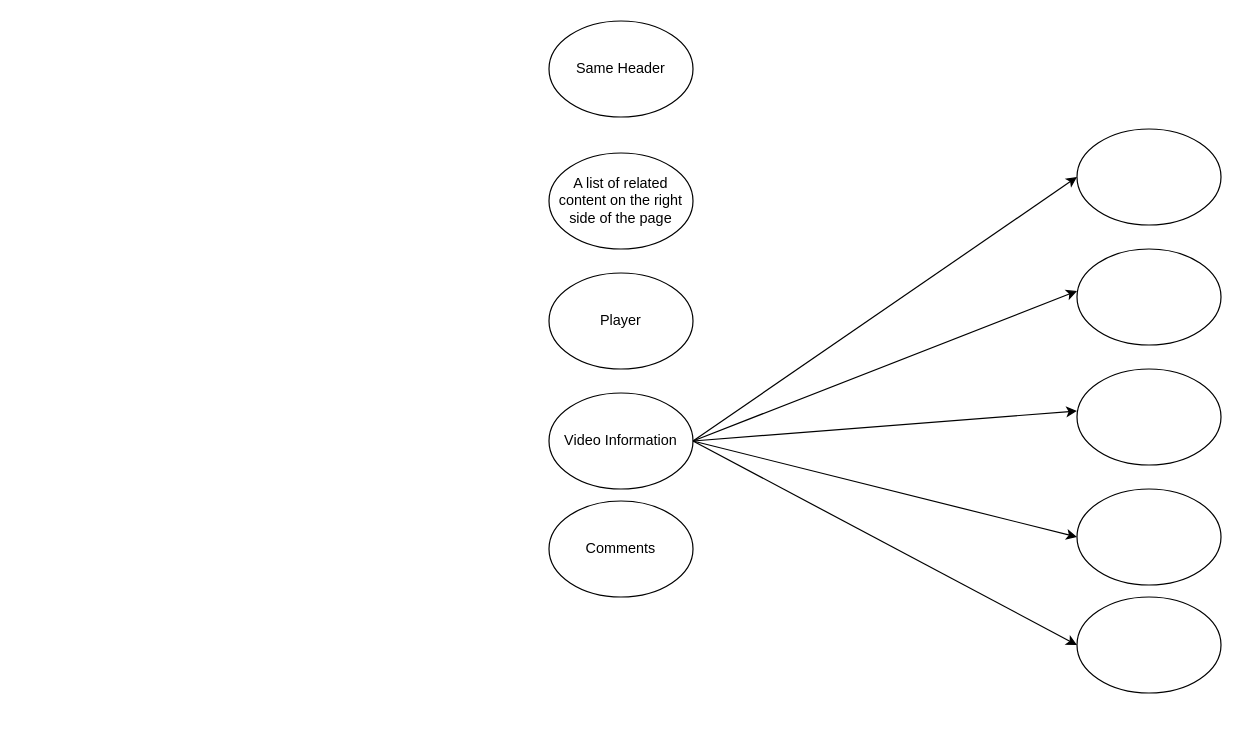
CarlosOmarVela/Equipo3BootcampSel keeps this draw.io diagram as Documentacion/Untitled Diagram.drawio. Above is the earlier version. Source tidied: cells renumbered, new cells numbered last; positions are measured from the earlier drawing's top-left corner, leaving out a move shared by most shapes. Both pictures are drawn from the tidied source at 120%, with x=0, y=0 at pixel (548, 20).
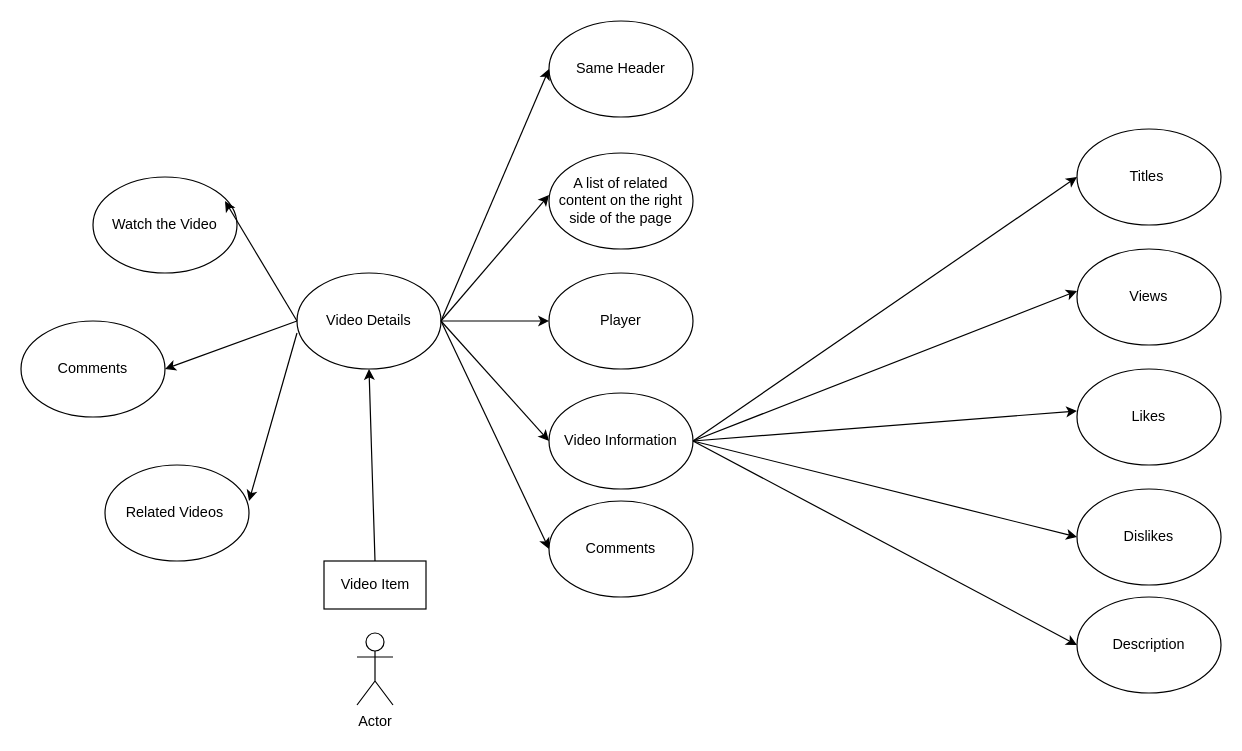
After the change.

Commit message:
Video Details Page

Diff of the diagram source:
```diff
@@
-    <mxCell id="7" style="ellipse;whiteSpace=wrap;html=1;" parent="1" vertex="1">
+    <mxCell id="7" value="Titles&amp;nbsp;" style="ellipse;whiteSpace=wrap;html=1;" parent="1" vertex="1">
       <mxGeometry x="440" y="90" width="120" height="80" as="geometry" />
     </mxCell>
-    <mxCell id="8" style="ellipse;whiteSpace=wrap;html=1;" parent="1" vertex="1">
+    <mxCell id="8" value="Views" style="ellipse;whiteSpace=wrap;html=1;" parent="1" vertex="1">
       <mxGeometry x="440" y="190" width="120" height="80" as="geometry" />
     </mxCell>
-    <mxCell id="9" style="ellipse;whiteSpace=wrap;html=1;" parent="1" vertex="1">
+    <mxCell id="9" value="Description" style="ellipse;whiteSpace=wrap;html=1;" parent="1" vertex="1">
       <mxGeometry x="440" y="480" width="120" height="80" as="geometry" />
     </mxCell>
-    <mxCell id="10" style="ellipse;whiteSpace=wrap;html=1;" parent="1" vertex="1">
+    <mxCell id="10" value="Dislikes" style="ellipse;whiteSpace=wrap;html=1;" parent="1" vertex="1">
       <mxGeometry x="440" y="390" width="120" height="80" as="geometry" />
     </mxCell>
-    <mxCell id="11" style="ellipse;whiteSpace=wrap;html=1;" parent="1" vertex="1">
+    <mxCell id="11" value="Likes" style="ellipse;whiteSpace=wrap;html=1;" parent="1" vertex="1">
       <mxGeometry x="440" y="290" width="120" height="80" as="geometry" />
     </mxCell>
@@
+    <mxCell id="17" value="Video Details" style="ellipse;whiteSpace=wrap;html=1;" parent="1" vertex="1">
+      <mxGeometry x="-210" y="210" width="120" height="80" as="geometry" />
+    </mxCell>
+    <mxCell id="18" value="Watch the Video" style="ellipse;whiteSpace=wrap;html=1;" parent="1" vertex="1">
+      <mxGeometry x="-380" y="130" width="120" height="80" as="geometry" />
+    </mxCell>
+    <mxCell id="19" value="Comments" style="ellipse;whiteSpace=wrap;html=1;" parent="1" vertex="1">
+      <mxGeometry x="-440" y="250" width="120" height="80" as="geometry" />
+    </mxCell>
+    <mxCell id="20" value="Related Videos&amp;nbsp;" style="ellipse;whiteSpace=wrap;html=1;" parent="1" vertex="1">
+      <mxGeometry x="-370" y="370" width="120" height="80" as="geometry" />
+    </mxCell>
+    <mxCell id="21" style="endArrow=classic;html=1;exitX=1;exitY=0.5;exitDx=0;exitDy=0;" parent="1" edge="1" source="17">
+      <mxGeometry relative="1" as="geometry">
+        <mxPoint y="40" as="targetPoint" />
+      </mxGeometry>
+    </mxCell>
+    <mxCell id="22" style="endArrow=classic;html=1;" parent="1" edge="1">
+      <mxGeometry relative="1" as="geometry">
+        <mxPoint x="-90" y="250" as="sourcePoint" />
+        <mxPoint y="440" as="targetPoint" />
+      </mxGeometry>
+    </mxCell>
+    <mxCell id="23" style="endArrow=classic;html=1;exitX=1;exitY=0.5;exitDx=0;exitDy=0;" parent="1" edge="1" source="17">
+      <mxGeometry relative="1" as="geometry">
+        <mxPoint y="350" as="targetPoint" />
+      </mxGeometry>
+    </mxCell>
+    <mxCell id="24" style="endArrow=classic;html=1;exitX=1;exitY=0.5;exitDx=0;exitDy=0;" parent="1" edge="1" source="17">
+      <mxGeometry relative="1" as="geometry">
+        <mxPoint y="250" as="targetPoint" />
+      </mxGeometry>
+    </mxCell>
+    <mxCell id="25" style="endArrow=classic;html=1;" parent="1" edge="1">
+      <mxGeometry relative="1" as="geometry">
+        <mxPoint x="-90" y="250" as="sourcePoint" />
+        <mxPoint y="145" as="targetPoint" />
+      </mxGeometry>
+    </mxCell>
+    <mxCell id="26" style="endArrow=classic;html=1;exitX=0;exitY=0.5;exitDx=0;exitDy=0;" parent="1" edge="1" source="17">
+      <mxGeometry relative="1" as="geometry">
+        <mxPoint x="-320" y="290" as="targetPoint" />
+      </mxGeometry>
+    </mxCell>
+    <mxCell id="27" style="endArrow=classic;html=1;exitX=0;exitY=0.625;exitDx=0;exitDy=0;exitPerimeter=0;" parent="1" edge="1" source="17">
+      <mxGeometry relative="1" as="geometry">
+        <mxPoint x="-250" y="400" as="targetPoint" />
+      </mxGeometry>
+    </mxCell>
+    <mxCell id="28" style="endArrow=classic;html=1;exitX=0;exitY=0.5;exitDx=0;exitDy=0;" parent="1" edge="1" source="17">
+      <mxGeometry relative="1" as="geometry">
+        <mxPoint x="-270" y="150" as="targetPoint" />
+      </mxGeometry>
+    </mxCell>
+    <mxCell id="29" value="Actor" style="shape=umlActor;verticalLabelPosition=bottom;verticalAlign=top;html=1;" parent="1" vertex="1">
+      <mxGeometry x="-160" y="510" width="30" height="60" as="geometry" />
+    </mxCell>
+    <mxCell id="30" value="Video Item" style="rounded=0;whiteSpace=wrap;html=1;" parent="1" vertex="1">
+      <mxGeometry x="-187.5" y="450" width="85" height="40" as="geometry" />
+    </mxCell>
+    <mxCell id="31" style="endArrow=classic;html=1;exitX=0.5;exitY=0;exitDx=0;exitDy=0;" parent="1" edge="1" source="30">
+      <mxGeometry relative="1" as="geometry">
+        <mxPoint x="-150" y="290" as="targetPoint" />
+      </mxGeometry>
+    </mxCell>
```
